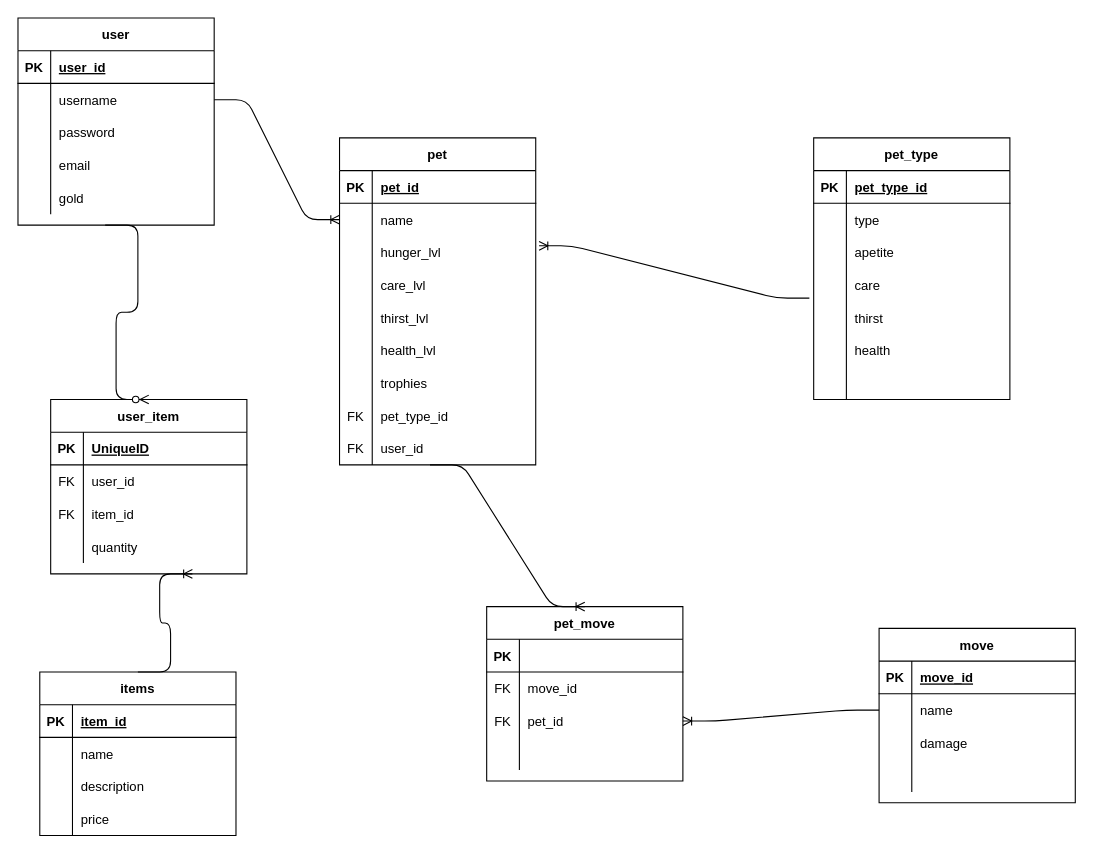
Above: plan/schema-planning.drawio in chinnep/DigiPets (draw.io), before the change. Source tidied: cells renumbered, new cells numbered last; positions are measured from the earlier drawing's top-left corner, leaving out a move shared by most shapes. Both pictures are drawn from the tidied source at 109%, with x=0, y=0 at pixel (17, 17).
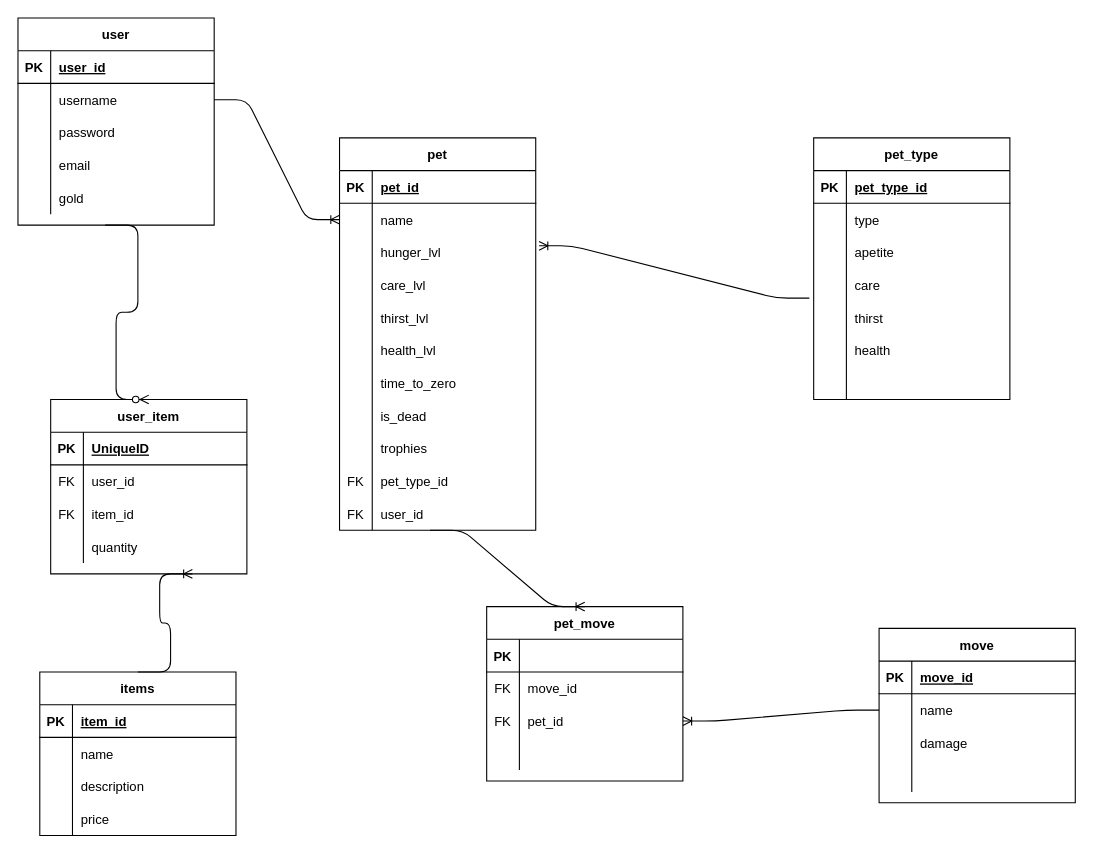
The same diagram, later.

The edit, as a diff of the source:
```diff
@@
     <mxCell id="2" value="pet" style="shape=table;startSize=30;childLayout=tableLayout;rowLines=0;fontStyle=1;align=center;" parent="1" vertex="1">
-      <mxGeometry x="295" y="110" width="180" height="300" as="geometry" />
+      <mxGeometry x="295" y="110" width="180" height="360" as="geometry" />
     </mxCell>
@@
+    <mxCell id="126" style="shape=partialRectangle;fillColor=none;top=0;left=0;bottom=0;right=0;" parent="2" vertex="1">
+      <mxGeometry y="210" width="180" height="30" as="geometry" />
+    </mxCell>
+    <mxCell id="127" style="shape=partialRectangle;fillColor=none;top=0;left=0;bottom=0;right=0;overflow=hidden;" parent="126" vertex="1">
+      <mxGeometry width="30" height="30" as="geometry" />
+    </mxCell>
+    <mxCell id="128" value="time_to_zero" style="shape=partialRectangle;fillColor=none;top=0;left=0;bottom=0;right=0;align=left;spacingLeft=6;overflow=hidden;" parent="126" vertex="1">
+      <mxGeometry x="30" width="150" height="30" as="geometry" />
+    </mxCell>
+    <mxCell id="129" style="shape=partialRectangle;fillColor=none;top=0;left=0;bottom=0;right=0;" parent="2" vertex="1">
+      <mxGeometry y="240" width="180" height="30" as="geometry" />
+    </mxCell>
+    <mxCell id="130" style="shape=partialRectangle;fillColor=none;top=0;left=0;bottom=0;right=0;overflow=hidden;" parent="129" vertex="1">
+      <mxGeometry width="30" height="30" as="geometry" />
+    </mxCell>
+    <mxCell id="131" value="is_dead" style="shape=partialRectangle;fillColor=none;top=0;left=0;bottom=0;right=0;align=left;spacingLeft=6;overflow=hidden;" parent="129" vertex="1">
+      <mxGeometry x="30" width="150" height="30" as="geometry" />
+    </mxCell>
     <mxCell id="21" style="shape=partialRectangle;fillColor=none;top=0;left=0;bottom=0;right=0;" parent="2" vertex="1">
-      <mxGeometry y="210" width="180" height="30" as="geometry" />
+      <mxGeometry y="270" width="180" height="30" as="geometry" />
     </mxCell>
@@
     <mxCell id="24" style="shape=partialRectangle;fillColor=none;top=0;left=0;bottom=0;right=0;" parent="2" vertex="1">
-      <mxGeometry y="240" width="180" height="30" as="geometry" />
+      <mxGeometry y="300" width="180" height="30" as="geometry" />
     </mxCell>
@@
     <mxCell id="27" style="shape=partialRectangle;fillColor=none;top=0;left=0;bottom=0;right=0;points=[[0,0.5],[1,0.5]];portConstraint=eastwest;" parent="2" vertex="1">
-      <mxGeometry y="270" width="180" height="30" as="geometry" />
+      <mxGeometry y="330" width="180" height="30" as="geometry" />
     </mxCell>
```
